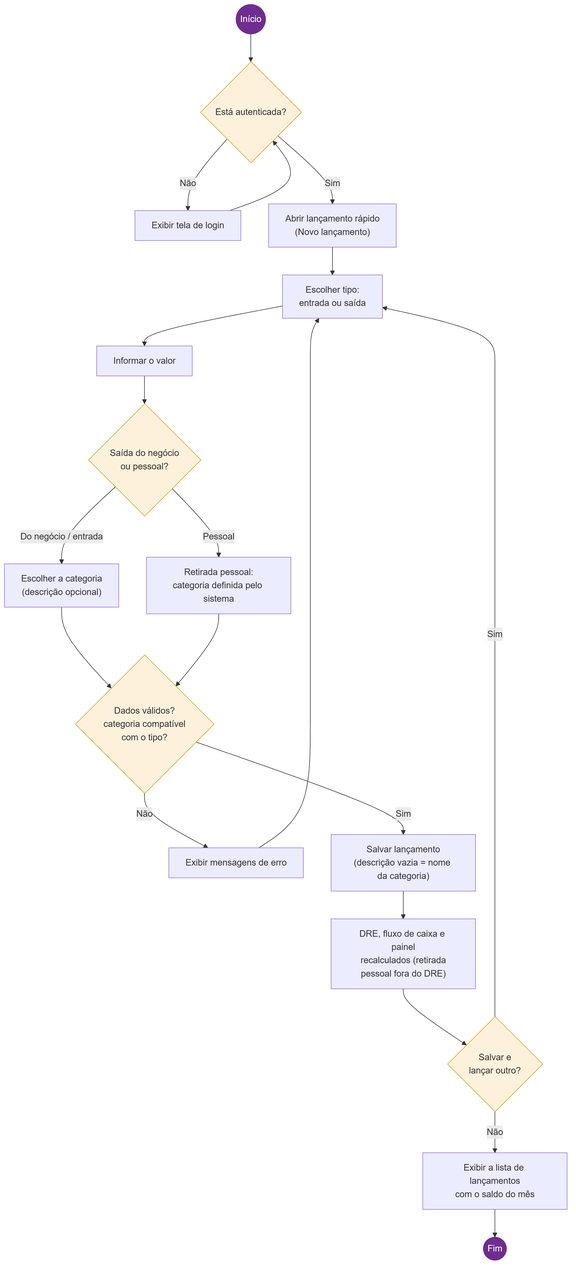
The Mermaid diagram docs/diagramas/finais/fig4_atividades_lancamento.png in profetadiario/GFMEI, before a commit. Its source is kept beside it as docs/diagramas/fontes/fig4_atividades_lancamento.mmd. The source it was exported from:
```mermaid
flowchart TB
    I((Início)) --> A{"Está autenticada?"}
    A -- Não --> L["Exibir tela de login"] --> A
    A -- Sim --> F["Abrir lançamento rápido<br/>(Novo lançamento)"]
    F --> T["Escolher tipo:<br/>entrada ou saída"]
    T --> V["Informar o valor"]
    V --> O{"Saída do negócio<br/>ou pessoal?"}
    O -- "Do negócio / entrada" --> C["Escolher a categoria<br/>(descrição opcional)"]
    O -- Pessoal --> R["Retirada pessoal:<br/>categoria definida pelo sistema"]
    C --> D{"Dados válidos?<br/>categoria compatível<br/>com o tipo?"}
    R --> D
    D -- Não --> E["Exibir mensagens de erro"] --> T
    D -- Sim --> S["Salvar lançamento<br/>(descrição vazia = nome da categoria)"]
    S --> X["DRE, fluxo de caixa e painel<br/>recalculados (retirada<br/>pessoal fora do DRE)"]
    X --> N{"Salvar e<br/>lançar outro?"}
    N -- Sim --> T
    N -- Não --> LI["Exibir a lista de lançamentos<br/>com o saldo do mês"] --> FIM((Fim))
    classDef inicio fill:#6f2c91,stroke:#6f2c91,color:#fff;
    classDef decisao fill:#fdf1dc,stroke:#d4a017;
    class I,FIM inicio;
    class A,O,D,N decisao;
```
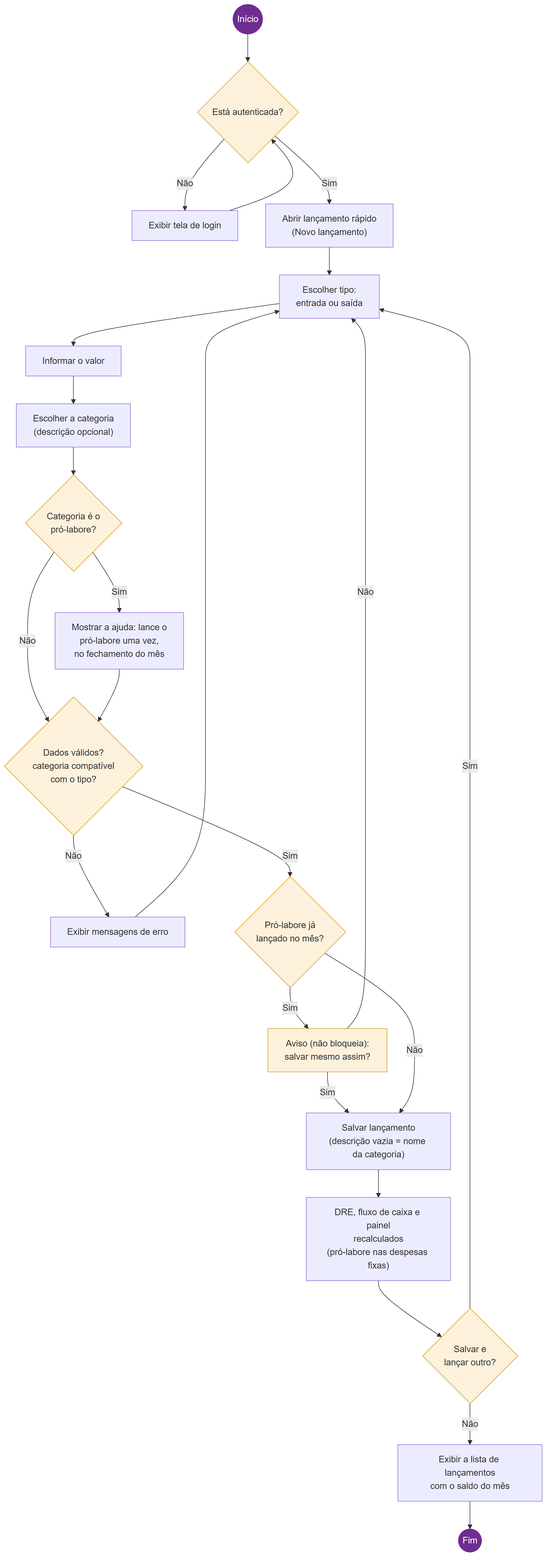
The same diagram one commit later.

Change to the diagram source:
```diff
@@ -4,18 +4,22 @@
     A -- Sim --> F["Abrir lançamento rápido<br/>(Novo lançamento)"]
     F --> T["Escolher tipo:<br/>entrada ou saída"]
     T --> V["Informar o valor"]
-    V --> O{"Saída do negócio<br/>ou pessoal?"}
-    O -- "Do negócio / entrada" --> C["Escolher a categoria<br/>(descrição opcional)"]
-    O -- Pessoal --> R["Retirada pessoal:<br/>categoria definida pelo sistema"]
-    C --> D{"Dados válidos?<br/>categoria compatível<br/>com o tipo?"}
-    R --> D
+    V --> C["Escolher a categoria<br/>(descrição opcional)"]
+    C --> P{"Categoria é o<br/>pró-labore?"}
+    P -- Sim --> H["Mostrar a ajuda: lance o<br/>pró-labore uma vez,<br/>no fechamento do mês"]
+    P -- Não --> D
+    H --> D{"Dados válidos?<br/>categoria compatível<br/>com o tipo?"}
     D -- Não --> E["Exibir mensagens de erro"] --> T
-    D -- Sim --> S["Salvar lançamento<br/>(descrição vazia = nome da categoria)"]
-    S --> X["DRE, fluxo de caixa e painel<br/>recalculados (retirada<br/>pessoal fora do DRE)"]
+    D -- Sim --> R{"Pró-labore já<br/>lançado no mês?"}
+    R -- Sim --> W["Aviso (não bloqueia):<br/>salvar mesmo assim?"]
+    W -- Não --> T
+    W -- Sim --> S
+    R -- Não --> S["Salvar lançamento<br/>(descrição vazia = nome da categoria)"]
+    S --> X["DRE, fluxo de caixa e painel<br/>recalculados<br/>(pró-labore nas despesas fixas)"]
     X --> N{"Salvar e<br/>lançar outro?"}
     N -- Sim --> T
     N -- Não --> LI["Exibir a lista de lançamentos<br/>com o saldo do mês"] --> FIM((Fim))
     classDef inicio fill:#6f2c91,stroke:#6f2c91,color:#fff;
     classDef decisao fill:#fdf1dc,stroke:#d4a017;
     class I,FIM inicio;
-    class A,O,D,N decisao;
+    class A,P,D,R,W,N decisao;
```
